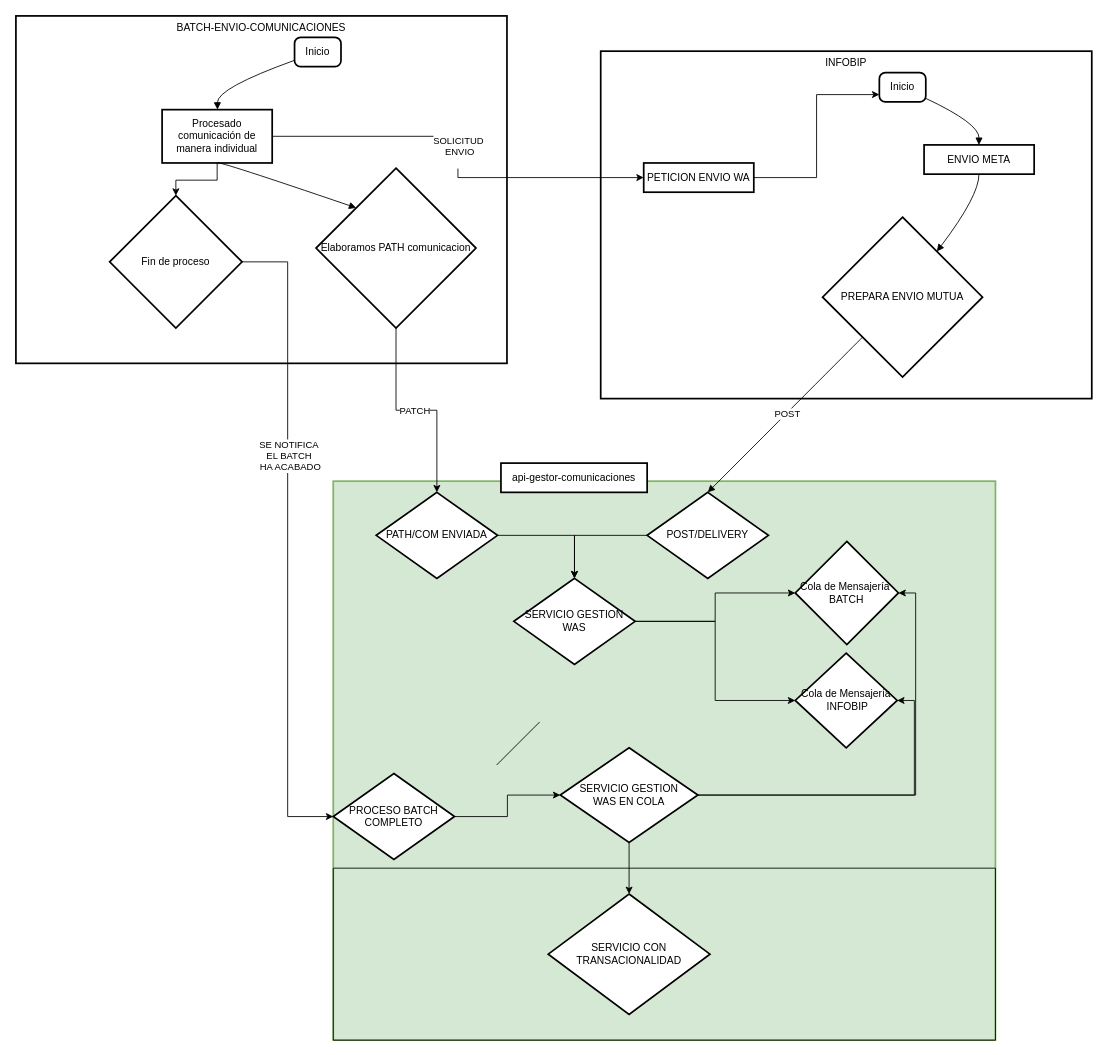
Before: lockdelivery.drawio in gcorroto/docs, a draw.io diagram. Source tidied: cells renumbered, new cells numbered last; positions are measured from the earlier drawing's top-left corner, leaving out a move shared by most shapes. Both pictures are drawn from the tidied source at 86%, with x=0, y=0 at pixel (15, 15).
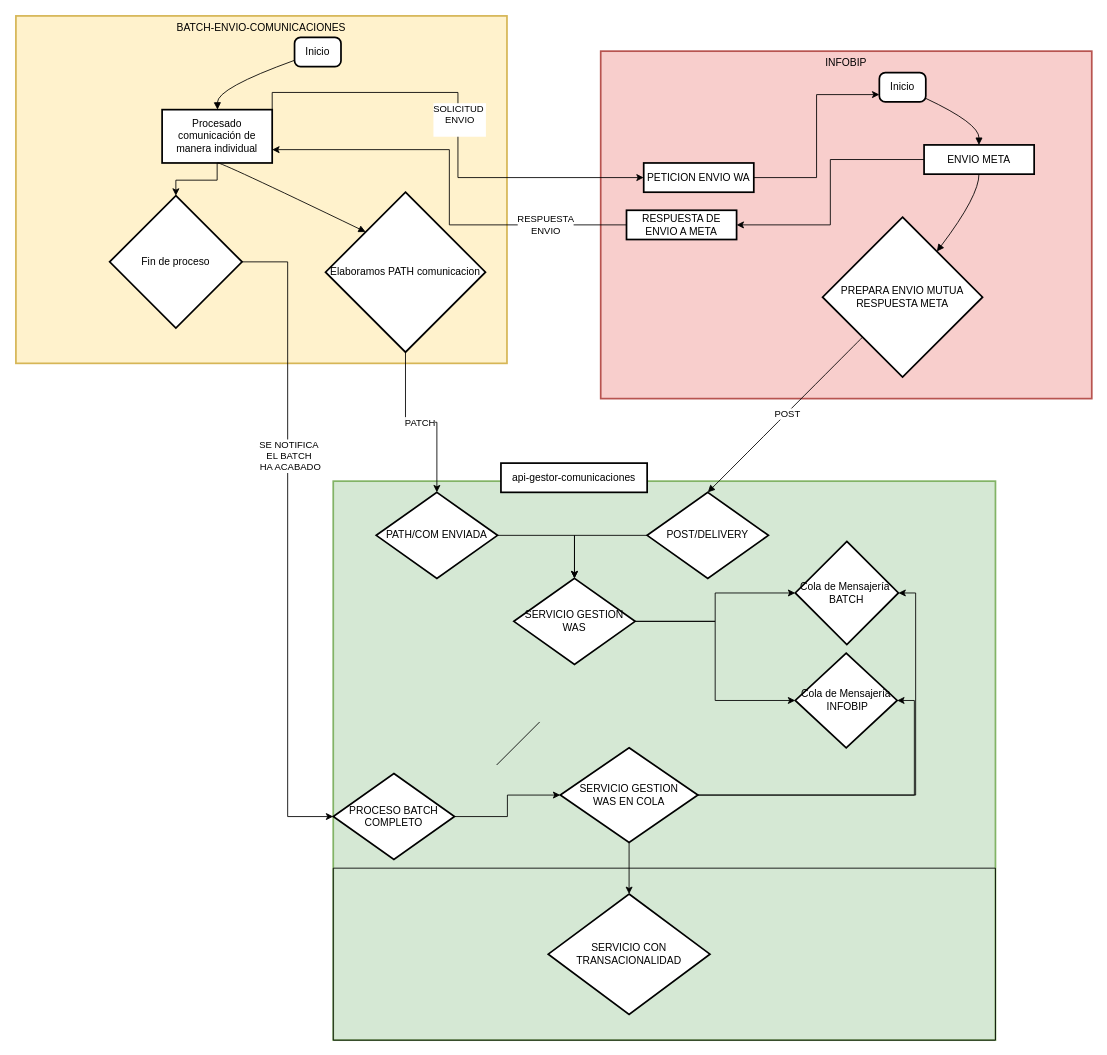
Above is the later version.

The change refers to these unchanged cells:
```xml
<mxCell id="9" value="PETICION ENVIO WA" style="whiteSpace=wrap;strokeWidth=2;" parent="1" vertex="1">
  <mxGeometry x="730" y="171" width="128" height="34" as="geometry" />
</mxCell>
<mxCell id="10" value="ENVIO META" style="whiteSpace=wrap;strokeWidth=2;" parent="1" vertex="1">
  <mxGeometry x="1056" y="150" width="128" height="34" as="geometry" />
</mxCell>
<mxCell id="21" value="Procesado comunicación de manera individual" style="whiteSpace=wrap;strokeWidth=2;" parent="1" vertex="1">
  <mxGeometry x="170" y="109" width="128" height="62" as="geometry" />
</mxCell>
```

Change to the diagram source:
```diff
@@
-    <mxCell id="6" value="INFOBIP" style="whiteSpace=wrap;strokeWidth=2;verticalAlign=top;" parent="1" vertex="1">
+    <mxCell id="6" value="INFOBIP" style="whiteSpace=wrap;strokeWidth=2;verticalAlign=top;fillColor=#f8cecc;strokeColor=#b85450;" parent="1" vertex="1">
       <mxGeometry x="680" y="41" width="571" height="404" as="geometry" />
     </mxCell>
@@
+    <mxCell id="46" style="edgeStyle=orthogonalEdgeStyle;rounded=0;jettySize=auto;html=1;entryX=1;entryY=0.5;entryDx=0;entryDy=0;" parent="1" edge="1" source="10" target="49">
+      <mxGeometry relative="1" as="geometry" />
+    </mxCell>
@@
-    <mxCell id="11" value="PREPARA ENVIO MUTUA" style="rhombus;strokeWidth=2;whiteSpace=wrap;" parent="1" vertex="1">
+    <mxCell id="11" value="PREPARA ENVIO MUTUA&#10;RESPUESTA META" style="rhombus;strokeWidth=2;whiteSpace=wrap;" parent="1" vertex="1">
       <mxGeometry x="938" y="234" width="186" height="186" as="geometry" />
     </mxCell>
@@
-    <mxCell id="16" value="BATCH-ENVIO-COMUNICACIONES" style="whiteSpace=wrap;strokeWidth=2;verticalAlign=top;" parent="1" vertex="1">
+    <mxCell id="16" value="BATCH-ENVIO-COMUNICACIONES" style="whiteSpace=wrap;strokeWidth=2;verticalAlign=top;fillColor=#fff2cc;strokeColor=#d6b656;" parent="1" vertex="1">
       <mxGeometry width="571" height="404" as="geometry" />
     </mxCell>
@@
-    <mxCell id="19" style="edgeStyle=orthogonalEdgeStyle;rounded=0;jettySize=auto;html=1;" parent="1" edge="1" source="21" target="9">
+    <mxCell id="19" style="edgeStyle=orthogonalEdgeStyle;rounded=0;jettySize=auto;html=1;exitX=1;exitY=0;exitDx=0;exitDy=0;" parent="1" edge="1" source="21" target="9">
       <mxGeometry relative="1" as="geometry" />
     </mxCell>
@@
     <mxCell id="24" value="Elaboramos PATH comunicacion" style="rhombus;strokeWidth=2;whiteSpace=wrap;" parent="1" vertex="1">
-      <mxGeometry x="349" y="177" width="186" height="186" as="geometry" />
+      <mxGeometry x="360" y="205" width="186" height="186" as="geometry" />
     </mxCell>
@@
+    <mxCell id="47" style="edgeStyle=orthogonalEdgeStyle;rounded=0;jettySize=auto;html=1;entryX=1;entryY=0.75;entryDx=0;entryDy=0;" parent="1" edge="1" source="49" target="21">
+      <mxGeometry relative="1" as="geometry" />
+    </mxCell>
+    <mxCell id="48" value="RESPUESTA&lt;div&gt;ENVIO&lt;/div&gt;" style="edgeLabel;html=1;align=center;verticalAlign=middle;" parent="47" vertex="1">
+      <mxGeometry x="-0.62" y="-1" relative="1" as="geometry" />
+    </mxCell>
+    <mxCell id="49" value="RESPUESTA DE ENVIO A META" style="whiteSpace=wrap;strokeWidth=2;" parent="1" vertex="1">
+      <mxGeometry x="710" y="226" width="128" height="34" as="geometry" />
+    </mxCell>
```
